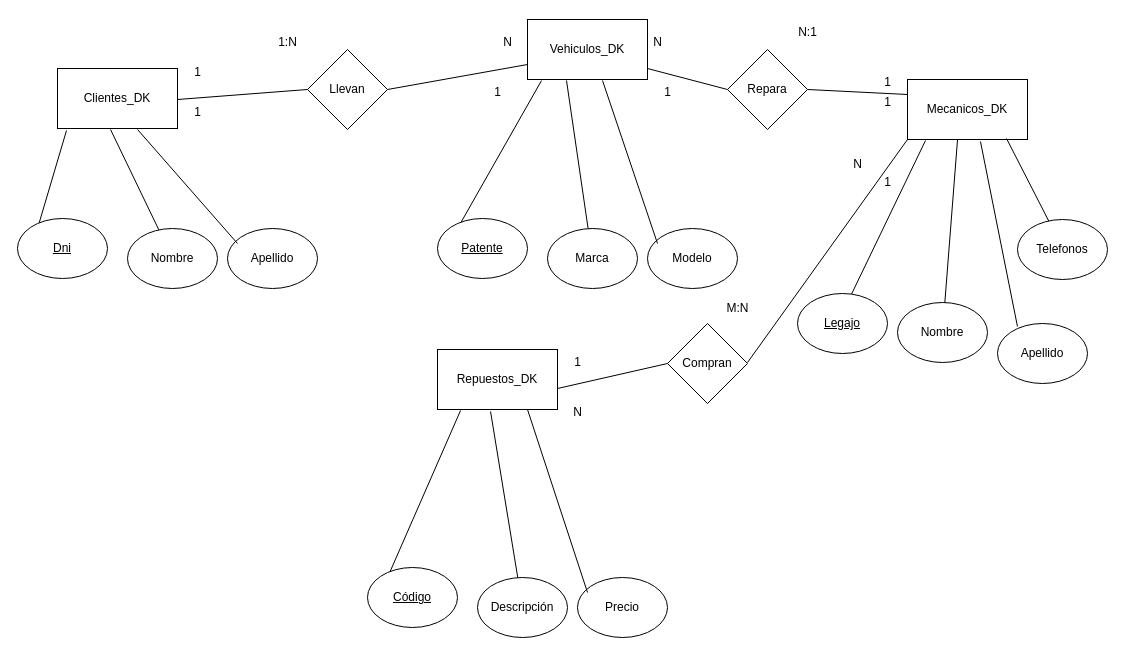
The draw.io diagram Parcial.drawio in kevinld93/Diagramas, before the edit. Source tidied: cells renumbered, new cells numbered last; positions are measured from the earlier drawing's top-left corner, leaving out a move shared by most shapes. Both pictures are drawn from the tidied source at 100%, with x=0, y=0 at pixel (17, 17).
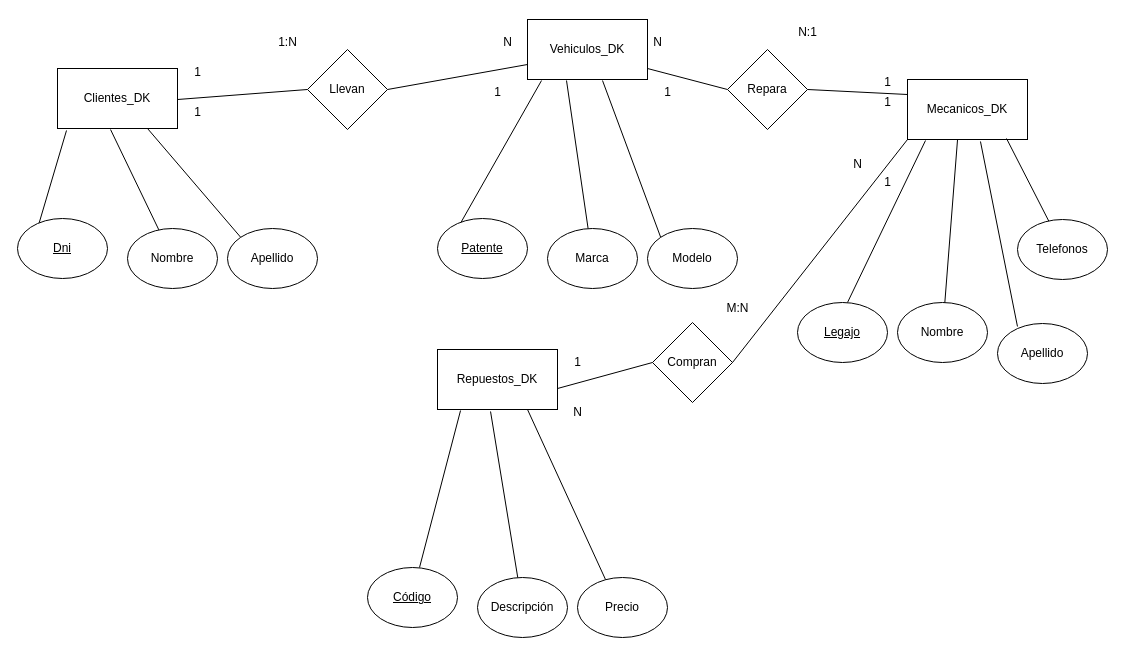
The same diagram, later.

Unchanged cells that the change refers to:
```xml
<mxCell id="2" value="Clientes_DK" style="rounded=0;whiteSpace=wrap;html=1;" parent="1" vertex="1">
  <mxGeometry x="40" y="51" width="120" height="60" as="geometry" />
</mxCell>
<mxCell id="3" value="Vehiculos_DK" style="rounded=0;whiteSpace=wrap;html=1;" parent="1" vertex="1">
  <mxGeometry x="510" y="2" width="120" height="60" as="geometry" />
</mxCell>
<mxCell id="4" value="Mecanicos_DK" style="rounded=0;whiteSpace=wrap;html=1;" parent="1" vertex="1">
  <mxGeometry x="890" y="62" width="120" height="60" as="geometry" />
</mxCell>
<mxCell id="5" value="Repuestos_DK" style="rounded=0;whiteSpace=wrap;html=1;" parent="1" vertex="1">
  <mxGeometry x="420" y="332" width="120" height="60" as="geometry" />
</mxCell>
<mxCell id="7" value="Apellido" style="ellipse;whiteSpace=wrap;html=1;" parent="1" vertex="1">
  <mxGeometry x="210" y="211" width="90" height="60" as="geometry" />
</mxCell>
<mxCell id="13" value="Modelo" style="ellipse;whiteSpace=wrap;html=1;" parent="1" vertex="1">
  <mxGeometry x="630" y="211" width="90" height="60" as="geometry" />
</mxCell>
<mxCell id="29" value="&lt;u&gt;Código&lt;/u&gt;" style="ellipse;whiteSpace=wrap;html=1;" parent="1" vertex="1">
  <mxGeometry x="350" y="550" width="90" height="60" as="geometry" />
</mxCell>
```

Diff of the diagram source:
```diff
@@
-    <mxCell id="11" style="endArrow=none;html=1;rounded=0;entryX=0.667;entryY=1.017;entryDx=0;entryDy=0;entryPerimeter=0;" parent="1" edge="1" target="2">
-      <mxGeometry relative="1" as="geometry">
-        <mxPoint x="220" y="226" as="sourcePoint" />
-      </mxGeometry>
+    <mxCell id="11" style="endArrow=none;html=1;rounded=0;entryX=0.75;entryY=1;entryDx=0;entryDy=0;exitX=0;exitY=0;exitDx=0;exitDy=0;" parent="1" edge="1" source="7" target="2">
+      <mxGeometry relative="1" as="geometry" />
     </mxCell>
@@
-    <mxCell id="17" style="endArrow=none;html=1;rounded=0;entryX=0.625;entryY=1.017;entryDx=0;entryDy=0;entryPerimeter=0;" parent="1" edge="1" target="3">
-      <mxGeometry relative="1" as="geometry">
-        <mxPoint x="640" y="226" as="sourcePoint" />
-      </mxGeometry>
+    <mxCell id="17" style="endArrow=none;html=1;rounded=0;entryX=0.625;entryY=1.017;entryDx=0;entryDy=0;entryPerimeter=0;exitX=0;exitY=0;exitDx=0;exitDy=0;" parent="1" edge="1" source="13" target="3">
+      <mxGeometry relative="1" as="geometry" />
     </mxCell>
@@
     <mxCell id="21" value="&lt;u&gt;Legajo&lt;/u&gt;" style="ellipse;whiteSpace=wrap;html=1;" parent="1" vertex="1">
-      <mxGeometry x="780" y="276" width="90" height="60" as="geometry" />
+      <mxGeometry x="780" y="285" width="90" height="60" as="geometry" />
     </mxCell>
@@
-    <mxCell id="26" style="endArrow=none;html=1;rounded=0;entryX=0.192;entryY=1.017;entryDx=0;entryDy=0;entryPerimeter=0;" parent="1" edge="1" target="5">
-      <mxGeometry relative="1" as="geometry">
-        <mxPoint x="370" y="560" as="sourcePoint" />
-      </mxGeometry>
+    <mxCell id="26" style="endArrow=none;html=1;rounded=0;entryX=0.192;entryY=1.017;entryDx=0;entryDy=0;entryPerimeter=0;exitX=0.578;exitY=0;exitDx=0;exitDy=0;exitPerimeter=0;" parent="1" edge="1" source="29" target="5">
+      <mxGeometry relative="1" as="geometry" />
     </mxCell>
@@
     <mxCell id="31" style="endArrow=none;html=1;rounded=0;entryX=0.75;entryY=1;entryDx=0;entryDy=0;" parent="1" edge="1" target="5">
       <mxGeometry relative="1" as="geometry">
-        <mxPoint x="570" y="575" as="sourcePoint" />
+        <mxPoint x="588" y="562" as="sourcePoint" />
       </mxGeometry>
     </mxCell>
@@
     <mxCell id="33" value="Compran" style="rhombus;whiteSpace=wrap;html=1;" parent="1" vertex="1">
-      <mxGeometry x="650" y="306" width="80" height="80" as="geometry" />
+      <mxGeometry x="635" y="305" width="80" height="80" as="geometry" />
     </mxCell>
@@
-    <mxCell id="37" style="endArrow=none;html=1;rounded=0;entryX=0;entryY=1;entryDx=0;entryDy=0;" parent="1" edge="1" target="4">
-      <mxGeometry relative="1" as="geometry">
-        <mxPoint x="730" y="345" as="sourcePoint" />
-      </mxGeometry>
+    <mxCell id="37" style="endArrow=none;html=1;rounded=0;entryX=0;entryY=1;entryDx=0;entryDy=0;exitX=1;exitY=0.5;exitDx=0;exitDy=0;" parent="1" edge="1" source="33" target="4">
+      <mxGeometry relative="1" as="geometry" />
     </mxCell>
```
